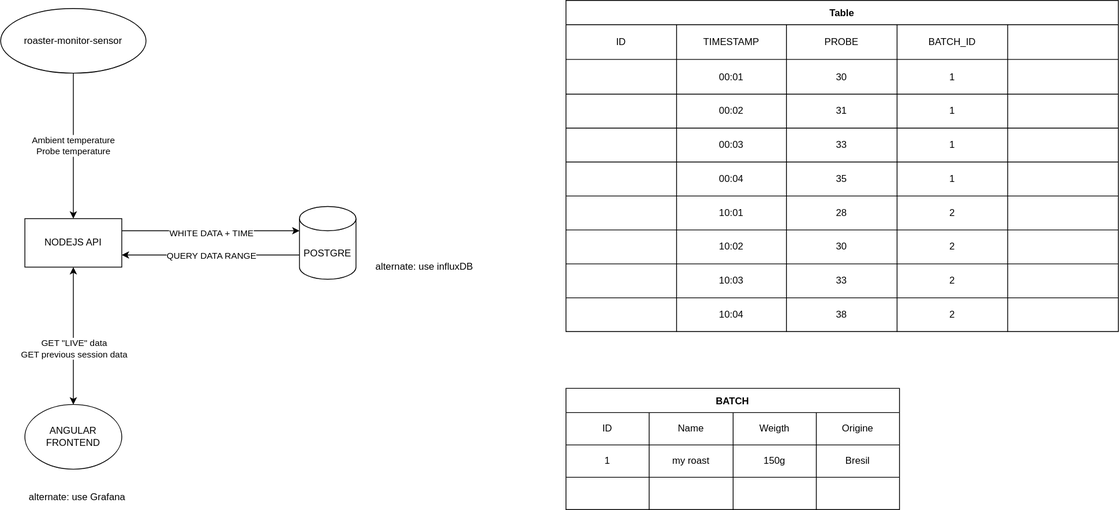
Earlier version of the draw.io export structure.drawio.svg (SuperJSBros/roaster-monitor-api). Source tidied: cells renumbered, new cells last; positions are measured from the earlier drawing's top-left corner, leaving out a move shared by most shapes.
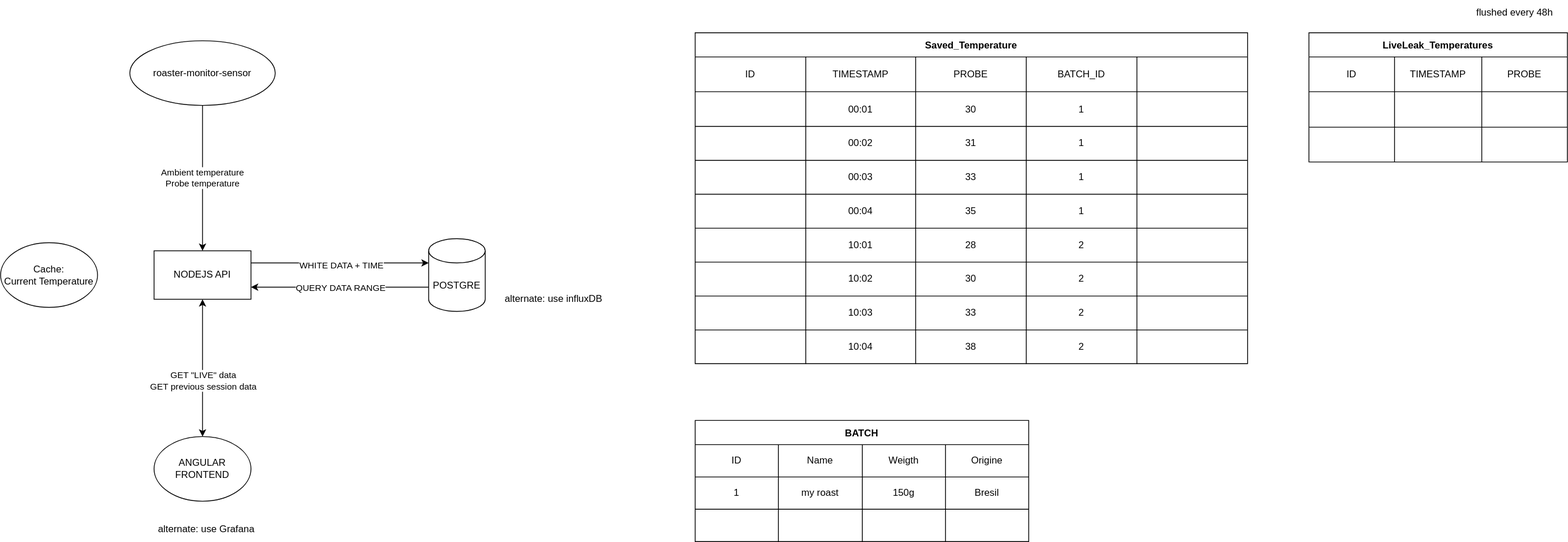
The same file after the commit.

Change to the diagram source:
```diff
@@ -47,7 +47,7 @@
     <mxCell id="14" value="alternate: use Grafana" style="text;html=1;strokeColor=none;fillColor=none;align=center;verticalAlign=middle;whiteSpace=wrap;rounded=0;" parent="1" vertex="1">
       <mxGeometry x="30" y="600" width="130" height="30" as="geometry" />
     </mxCell>
-    <mxCell id="15" value="Table" style="shape=table;startSize=30;fontStyle=1;align=center;" parent="1" vertex="1">
+    <mxCell id="15" value="Saved_Temperature" style="shape=table;startSize=30;fontStyle=1;align=center;" parent="1" vertex="1">
       <mxGeometry x="700" width="684" height="409.7" as="geometry" />
     </mxCell>
     <mxCell id="16" style="shape=tableRow;horizontal=0;startSize=0;swimlaneHead=0;swimlaneBody=0;top=0;left=0;bottom=0;right=0;fillColor=none;" parent="15" vertex="1">
@@ -260,5 +260,50 @@
     <mxCell id="85" style="shape=partialRectangle;html=1;whiteSpace=wrap;fillColor=none;top=0;left=0;bottom=0;right=0;overflow=hidden;" parent="81" vertex="1">
       <mxGeometry x="310" width="103" height="40" as="geometry" />
     </mxCell>
+    <mxCell id="86" value="Cache:&lt;br&gt;Current Temperature" style="ellipse;whiteSpace=wrap;html=1;" parent="1" vertex="1">
+      <mxGeometry x="-160" y="260" width="120" height="80" as="geometry" />
+    </mxCell>
+    <mxCell id="87" value="LiveLeak_Temperatures" style="shape=table;startSize=30;fontStyle=1;align=center;" parent="1" vertex="1">
+      <mxGeometry x="1460" width="320" height="160" as="geometry" />
+    </mxCell>
+    <mxCell id="88" style="shape=tableRow;horizontal=0;startSize=0;swimlaneHead=0;swimlaneBody=0;top=0;left=0;bottom=0;right=0;fillColor=none;" parent="87" vertex="1">
+      <mxGeometry y="30" width="320" height="43" as="geometry" />
+    </mxCell>
+    <mxCell id="89" value="ID" style="shape=partialRectangle;html=1;whiteSpace=wrap;fillColor=none;top=0;left=0;bottom=0;right=0;overflow=hidden;" parent="88" vertex="1">
+      <mxGeometry width="106" height="43" as="geometry" />
+    </mxCell>
+    <mxCell id="90" value="TIMESTAMP" style="shape=partialRectangle;html=1;whiteSpace=wrap;fillColor=none;top=0;left=0;bottom=0;right=0;overflow=hidden;" parent="88" vertex="1">
+      <mxGeometry x="106" width="108" height="43" as="geometry" />
+    </mxCell>
+    <mxCell id="91" value="PROBE" style="shape=partialRectangle;html=1;whiteSpace=wrap;fillColor=none;top=0;left=0;bottom=0;right=0;overflow=hidden;" parent="88" vertex="1">
+      <mxGeometry x="214" width="106" height="43" as="geometry" />
+    </mxCell>
+    <mxCell id="92" style="shape=tableRow;horizontal=0;startSize=0;swimlaneHead=0;swimlaneBody=0;top=0;left=0;bottom=0;right=0;fillColor=none;" parent="87" vertex="1">
+      <mxGeometry y="73" width="320" height="44" as="geometry" />
+    </mxCell>
+    <mxCell id="93" style="shape=partialRectangle;html=1;whiteSpace=wrap;fillColor=none;top=0;left=0;bottom=0;right=0;overflow=hidden;" parent="92" vertex="1">
+      <mxGeometry width="106" height="44" as="geometry" />
+    </mxCell>
+    <mxCell id="94" style="shape=partialRectangle;html=1;whiteSpace=wrap;fillColor=none;top=0;left=0;bottom=0;right=0;overflow=hidden;" parent="92" vertex="1">
+      <mxGeometry x="106" width="108" height="44" as="geometry" />
+    </mxCell>
+    <mxCell id="95" style="shape=partialRectangle;html=1;whiteSpace=wrap;fillColor=none;top=0;left=0;bottom=0;right=0;overflow=hidden;" parent="92" vertex="1">
+      <mxGeometry x="214" width="106" height="44" as="geometry" />
+    </mxCell>
+    <mxCell id="96" style="shape=tableRow;horizontal=0;startSize=0;swimlaneHead=0;swimlaneBody=0;top=0;left=0;bottom=0;right=0;fillColor=none;" parent="87" vertex="1">
+      <mxGeometry y="117" width="320" height="43" as="geometry" />
+    </mxCell>
+    <mxCell id="97" style="shape=partialRectangle;html=1;whiteSpace=wrap;fillColor=none;top=0;left=0;bottom=0;right=0;overflow=hidden;" parent="96" vertex="1">
+      <mxGeometry width="106" height="43" as="geometry" />
+    </mxCell>
+    <mxCell id="98" style="shape=partialRectangle;html=1;whiteSpace=wrap;fillColor=none;top=0;left=0;bottom=0;right=0;overflow=hidden;" parent="96" vertex="1">
+      <mxGeometry x="106" width="108" height="43" as="geometry" />
+    </mxCell>
+    <mxCell id="99" style="shape=partialRectangle;html=1;whiteSpace=wrap;fillColor=none;top=0;left=0;bottom=0;right=0;overflow=hidden;" parent="96" vertex="1">
+      <mxGeometry x="214" width="106" height="43" as="geometry" />
+    </mxCell>
+    <mxCell id="100" value="flushed every 48h" style="text;html=1;strokeColor=none;fillColor=none;align=center;verticalAlign=middle;whiteSpace=wrap;rounded=0;" parent="1" vertex="1">
+      <mxGeometry x="1650" y="-40" width="130" height="30" as="geometry" />
+    </mxCell>
   </root>
 </mxGraphModel>
```
